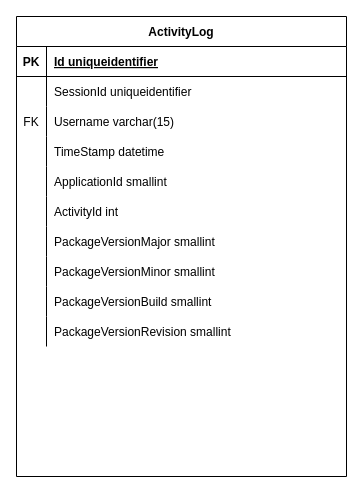
This is page "Activity Logging" (3 of 3) of Cloud Storage Maps/ApexVisualSqlErd.drawio from TimHanewich/ApexVisual.F1_2020, a draw.io file, before an edit. Source tidied: cells renumbered, new cells numbered last; positions are measured from the earlier drawing's top-left corner, leaving out a move shared by most shapes. Both pictures are drawn from the tidied source at 100%, with x=0, y=0 at pixel (16, 16).
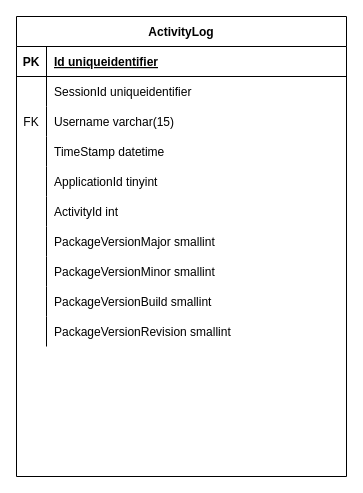
Above is the later version.

Commit message:
Updated ApplicationId to use tinyint

The change refers to these unchanged cells:
```xml
<mxCell id="15" style="shape=partialRectangle;fillColor=none;top=0;left=0;bottom=0;right=0;" parent="2" vertex="1">
  <mxGeometry y="150" width="330" height="30" as="geometry" />
</mxCell>
```

Diff of the diagram source:
```diff
@@
-    <mxCell id="17" value="ApplicationId smallint" style="shape=partialRectangle;fillColor=none;top=0;left=0;bottom=0;right=0;align=left;spacingLeft=6;overflow=hidden;" parent="15" vertex="1">
+    <mxCell id="17" value="ApplicationId tinyint" style="shape=partialRectangle;fillColor=none;top=0;left=0;bottom=0;right=0;align=left;spacingLeft=6;overflow=hidden;" parent="15" vertex="1">
       <mxGeometry x="30" width="300" height="30" as="geometry" />
     </mxCell>
```
